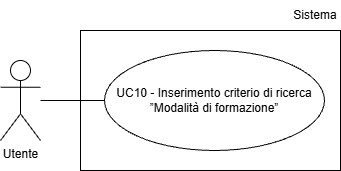
Team-Three-Technologies/Documenti keeps this draw.io diagram as assets/Use_Case_Diagrams/UC10.png. Above is the earlier version. Source tidied: cells renumbered, new cells last; positions are measured from the earlier drawing's top-left corner, leaving out a move shared by most shapes.
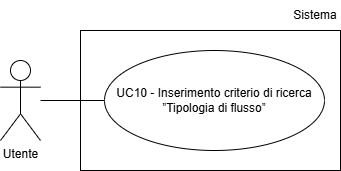
The same diagram one commit later.

Diff of the diagram source:
```diff
@@ -5,17 +5,17 @@
     <mxCell id="2" value="Utente" style="shape=umlActor;verticalLabelPosition=bottom;verticalAlign=top;html=1;" parent="1" vertex="1">
       <mxGeometry y="60" width="40" height="80" as="geometry" />
     </mxCell>
-    <mxCell id="3" value="UC10 - Inserimento criterio di ricerca ”Modalità di formazione”" style="ellipse;whiteSpace=wrap;html=1;align=center;" parent="1" vertex="1">
-      <mxGeometry x="104" y="50" width="220" height="100" as="geometry" />
-    </mxCell>
-    <mxCell id="4" style="endArrow=none;html=1;rounded=0;entryX=0;entryY=0.5;entryDx=0;entryDy=0;" parent="1" edge="1" target="3">
-      <mxGeometry relative="1" as="geometry">
-        <mxPoint x="40" y="100" as="sourcePoint" />
-      </mxGeometry>
-    </mxCell>
-    <mxCell id="5" style="rounded=0;whiteSpace=wrap;html=1;fillColor=none;" parent="1" vertex="1">
-      <mxGeometry x="80" y="30" width="260" height="140" as="geometry" />
-    </mxCell>
+    <mxCell id="7" value="UC10 - Inserimento criterio di ricerca ”Tipologia di flusso”" style="ellipse;whiteSpace=wrap;html=1;align=center;" parent="1" vertex="1">
+      <mxGeometry x="104" y="50" width="220" height="100" as="geometry" />
+    </mxCell>
+    <mxCell id="8" style="endArrow=none;html=1;rounded=0;entryX=0;entryY=0.5;entryDx=0;entryDy=0;" parent="1" edge="1" target="7">
+      <mxGeometry relative="1" as="geometry">
+        <mxPoint x="40" y="100" as="sourcePoint" />
+      </mxGeometry>
+    </mxCell>
+    <mxCell id="9" style="rounded=0;whiteSpace=wrap;html=1;fillColor=none;" parent="1" vertex="1">
+      <mxGeometry x="80" y="30" width="260" height="140" as="geometry" />
+    </mxCell>
     <mxCell id="6" value="Sistema" style="text;html=1;whiteSpace=wrap;strokeColor=none;fillColor=none;align=center;verticalAlign=middle;rounded=0;" parent="1" vertex="1">
       <mxGeometry x="290" width="50" height="30" as="geometry" />
     </mxCell>
```
